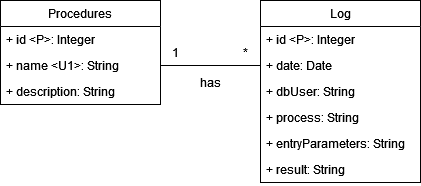
The draw.io diagram diagrams/conceptual-diagram-log.drawio.png in danielpilot/event-database, before a commit. Source tidied: cells renumbered, new cells last; positions are measured from the earlier drawing's top-left corner, leaving out a move shared by most shapes.
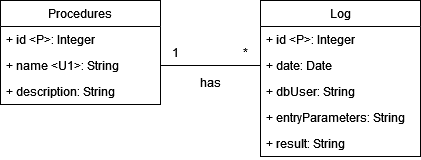
After the change.

Commit message:
Remove process string

The edit, as a diff of the source:
```diff
@@ -3,7 +3,7 @@
     <mxCell id="0" />
     <mxCell id="1" parent="0" />
     <mxCell id="2" value="Log" style="swimlane;fontStyle=0;horizontal=1;startSize=26;fillColor=none;whiteSpace=wrap;html=1;" parent="1" vertex="1">
-      <mxGeometry x="260" width="160" height="182" as="geometry" />
+      <mxGeometry x="260" width="160" height="156" as="geometry" />
     </mxCell>
     <mxCell id="3" value="+ id &amp;lt;P&amp;gt;: Integer" style="text;strokeColor=none;fillColor=none;align=left;verticalAlign=top;spacingLeft=4;spacingRight=4;overflow=hidden;whiteSpace=wrap;html=1;" parent="2" vertex="1">
       <mxGeometry y="26" width="160" height="26" as="geometry" />
@@ -14,14 +14,11 @@
     <mxCell id="5" value="+ dbUser: String" style="text;strokeColor=none;fillColor=none;align=left;verticalAlign=top;spacingLeft=4;spacingRight=4;overflow=hidden;whiteSpace=wrap;html=1;" parent="2" vertex="1">
       <mxGeometry y="78" width="160" height="26" as="geometry" />
     </mxCell>
-    <mxCell id="6" value="+ process: String" style="text;strokeColor=none;fillColor=none;align=left;verticalAlign=top;spacingLeft=4;spacingRight=4;overflow=hidden;whiteSpace=wrap;html=1;" parent="2" vertex="1">
-      <mxGeometry y="104" width="160" height="26" as="geometry" />
-    </mxCell>
     <mxCell id="7" value="+ entryParameters: String" style="text;strokeColor=none;fillColor=none;align=left;verticalAlign=top;spacingLeft=4;spacingRight=4;overflow=hidden;whiteSpace=wrap;html=1;" parent="2" vertex="1">
-      <mxGeometry y="130" width="160" height="26" as="geometry" />
+      <mxGeometry y="104" width="160" height="26" as="geometry" />
     </mxCell>
     <mxCell id="8" value="+ result: String" style="text;strokeColor=none;fillColor=none;align=left;verticalAlign=top;spacingLeft=4;spacingRight=4;overflow=hidden;whiteSpace=wrap;html=1;" parent="2" vertex="1">
-      <mxGeometry y="156" width="160" height="26" as="geometry" />
+      <mxGeometry y="130" width="160" height="26" as="geometry" />
     </mxCell>
     <mxCell id="9" value="Procedures" style="swimlane;fontStyle=0;horizontal=1;startSize=26;fillColor=none;whiteSpace=wrap;html=1;" parent="1" vertex="1">
       <mxGeometry width="160" height="104" as="geometry" />
```
